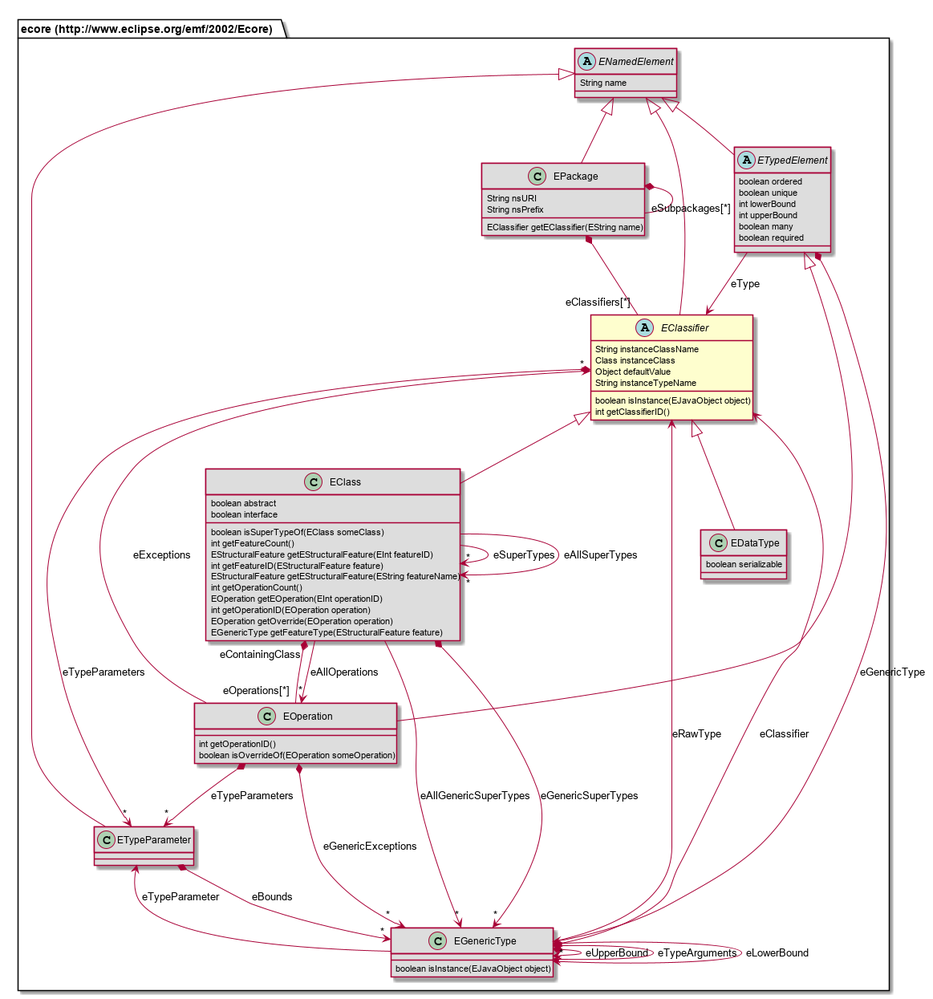
Above: repository/src/site/resources/model-doc/687474703a2f2f7777772e65636c697073652e6f72672f656d662f323030322f45636f7265/EClassifier.png in Nasdanika/html (PlantUML), before the change.
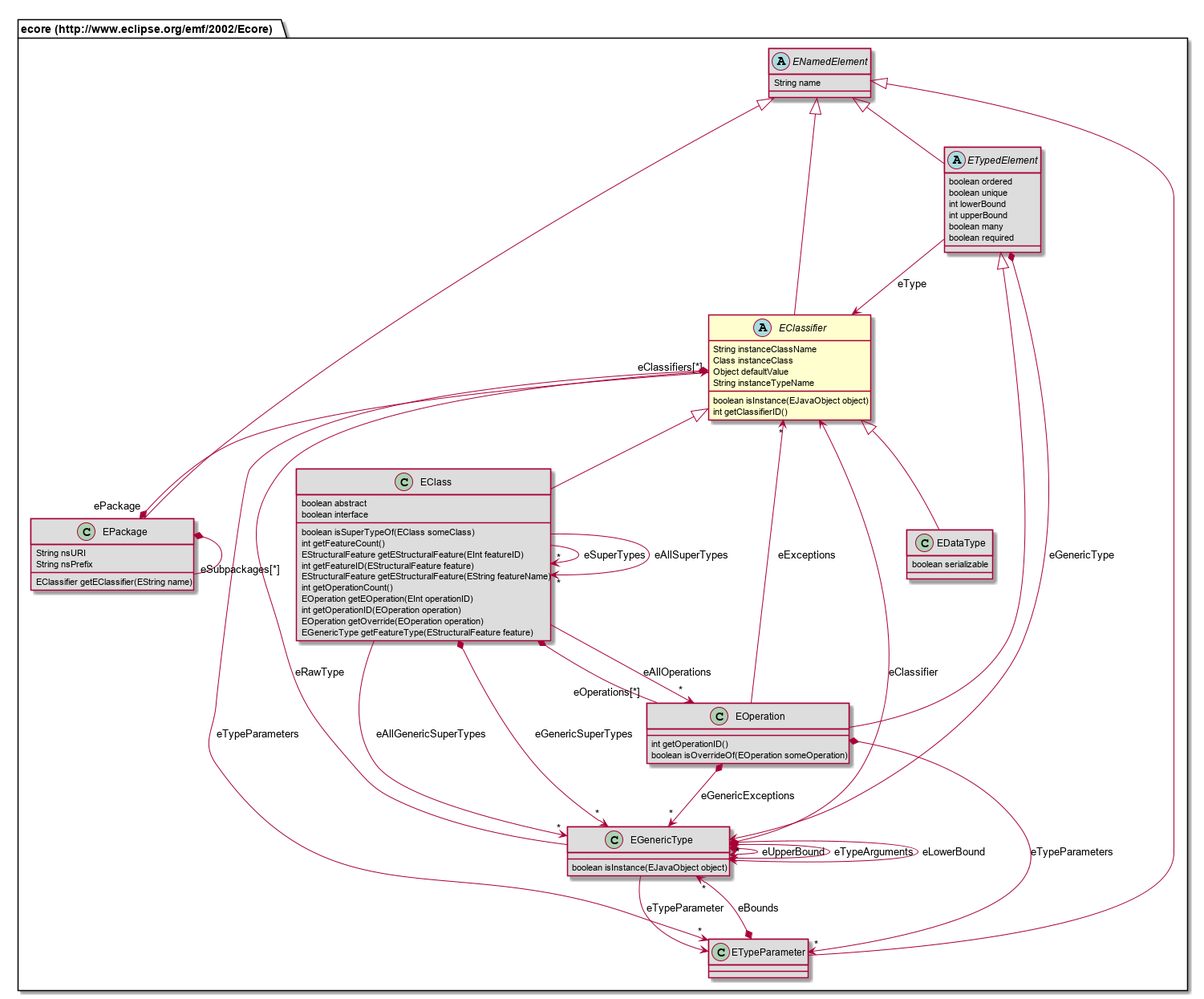
Above is the later version.

Change to the diagram source:
```diff
@@ -7,9 +7,11 @@
 	boolean isInstance(EJavaObject object)
 	int getClassifierID()
 }
-class "ecore (http://www.eclipse.org/emf/2002/Ecore).EOperation" [[#router/doc-content/687474703a2f2f7777772e65636c697073652e6f72672f656d662f323030322f45636f7265/EOperation.html]] #DDDDDD {
-	int getOperationID()
-	boolean isOverrideOf(EOperation someOperation)
+abstract class "ecore (http://www.eclipse.org/emf/2002/Ecore).ENamedElement" [[#router/doc-content/687474703a2f2f7777772e65636c697073652e6f72672f656d662f323030322f45636f7265/ENamedElement.html]] #DDDDDD {
+	String name
+}
+class "ecore (http://www.eclipse.org/emf/2002/Ecore).EGenericType" [[#router/doc-content/687474703a2f2f7777772e65636c697073652e6f72672f656d662f323030322f45636f7265/EGenericType.html]] #DDDDDD {
+	boolean isInstance(EJavaObject object)
 }
 abstract class "ecore (http://www.eclipse.org/emf/2002/Ecore).ETypedElement" [[#router/doc-content/687474703a2f2f7777772e65636c697073652e6f72672f656d662f323030322f45636f7265/ETypedElement.html]] #DDDDDD {
 	boolean ordered
@@ -18,11 +20,6 @@
 	int upperBound
 	boolean many
 	boolean required
-}
-class "ecore (http://www.eclipse.org/emf/2002/Ecore).EPackage" [[#router/doc-content/687474703a2f2f7777772e65636c697073652e6f72672f656d662f323030322f45636f7265/EPackage.html]] #DDDDDD {
-	String nsURI
-	String nsPrefix
-	EClassifier getEClassifier(EString name)
 }
 class "ecore (http://www.eclipse.org/emf/2002/Ecore).EClass" [[#router/doc-content/687474703a2f2f7777772e65636c697073652e6f72672f656d662f323030322f45636f7265/EClass.html]] #DDDDDD {
 	boolean abstract
@@ -38,43 +35,46 @@
 	EOperation getOverride(EOperation operation)
 	EGenericType getFeatureType(EStructuralFeature feature)
 }
-abstract class "ecore (http://www.eclipse.org/emf/2002/Ecore).ENamedElement" [[#router/doc-content/687474703a2f2f7777772e65636c697073652e6f72672f656d662f323030322f45636f7265/ENamedElement.html]] #DDDDDD {
-	String name
-}
 class "ecore (http://www.eclipse.org/emf/2002/Ecore).EDataType" [[#router/doc-content/687474703a2f2f7777772e65636c697073652e6f72672f656d662f323030322f45636f7265/EDataType.html]] #DDDDDD {
 	boolean serializable
 }
-class "ecore (http://www.eclipse.org/emf/2002/Ecore).EGenericType" [[#router/doc-content/687474703a2f2f7777772e65636c697073652e6f72672f656d662f323030322f45636f7265/EGenericType.html]] #DDDDDD {
-	boolean isInstance(EJavaObject object)
+class "ecore (http://www.eclipse.org/emf/2002/Ecore).EOperation" [[#router/doc-content/687474703a2f2f7777772e65636c697073652e6f72672f656d662f323030322f45636f7265/EOperation.html]] #DDDDDD {
+	int getOperationID()
+	boolean isOverrideOf(EOperation someOperation)
 }
 class "ecore (http://www.eclipse.org/emf/2002/Ecore).ETypeParameter" [[#router/doc-content/687474703a2f2f7777772e65636c697073652e6f72672f656d662f323030322f45636f7265/ETypeParameter.html]] #DDDDDD {
 }
-"ecore (http://www.eclipse.org/emf/2002/Ecore).ETypedElement" <|-- "ecore (http://www.eclipse.org/emf/2002/Ecore).EOperation"
+class "ecore (http://www.eclipse.org/emf/2002/Ecore).EPackage" [[#router/doc-content/687474703a2f2f7777772e65636c697073652e6f72672f656d662f323030322f45636f7265/EPackage.html]] #DDDDDD {
+	String nsURI
+	String nsPrefix
+	EClassifier getEClassifier(EString name)
+}
+"ecore (http://www.eclipse.org/emf/2002/Ecore).ENamedElement" <|-- "ecore (http://www.eclipse.org/emf/2002/Ecore).EClassifier"
 "ecore (http://www.eclipse.org/emf/2002/Ecore).ENamedElement" <|-- "ecore (http://www.eclipse.org/emf/2002/Ecore).ETypedElement"
-"ecore (http://www.eclipse.org/emf/2002/Ecore).ENamedElement" <|-- "ecore (http://www.eclipse.org/emf/2002/Ecore).EPackage"
 "ecore (http://www.eclipse.org/emf/2002/Ecore).EClassifier" <|-- "ecore (http://www.eclipse.org/emf/2002/Ecore).EClass"
 "ecore (http://www.eclipse.org/emf/2002/Ecore).EClassifier" <|-- "ecore (http://www.eclipse.org/emf/2002/Ecore).EDataType"
-"ecore (http://www.eclipse.org/emf/2002/Ecore).ENamedElement" <|-- "ecore (http://www.eclipse.org/emf/2002/Ecore).EClassifier"
+"ecore (http://www.eclipse.org/emf/2002/Ecore).ETypedElement" <|-- "ecore (http://www.eclipse.org/emf/2002/Ecore).EOperation"
 "ecore (http://www.eclipse.org/emf/2002/Ecore).ENamedElement" <|-- "ecore (http://www.eclipse.org/emf/2002/Ecore).ETypeParameter"
-"ecore (http://www.eclipse.org/emf/2002/Ecore).EOperation" "eOperations[*]" --* "eContainingClass" "ecore (http://www.eclipse.org/emf/2002/Ecore).EClass"
-"ecore (http://www.eclipse.org/emf/2002/Ecore).EOperation" *--> "*" "ecore (http://www.eclipse.org/emf/2002/Ecore).ETypeParameter" : eTypeParameters
-"ecore (http://www.eclipse.org/emf/2002/Ecore).EOperation" --> "*" "ecore (http://www.eclipse.org/emf/2002/Ecore).EClassifier" : eExceptions
-"ecore (http://www.eclipse.org/emf/2002/Ecore).EOperation" *--> "*" "ecore (http://www.eclipse.org/emf/2002/Ecore).EGenericType" : eGenericExceptions
-"ecore (http://www.eclipse.org/emf/2002/Ecore).ETypedElement" --> "ecore (http://www.eclipse.org/emf/2002/Ecore).EClassifier" : eType
-"ecore (http://www.eclipse.org/emf/2002/Ecore).ETypedElement" *--> "ecore (http://www.eclipse.org/emf/2002/Ecore).EGenericType" : eGenericType
-"ecore (http://www.eclipse.org/emf/2002/Ecore).EPackage" *-- "eClassifiers[*]" "ecore (http://www.eclipse.org/emf/2002/Ecore).EClassifier"
-"ecore (http://www.eclipse.org/emf/2002/Ecore).EPackage" *-- "eSubpackages[*]" "ecore (http://www.eclipse.org/emf/2002/Ecore).EPackage"
-"ecore (http://www.eclipse.org/emf/2002/Ecore).EClass" --> "*" "ecore (http://www.eclipse.org/emf/2002/Ecore).EClass" : eSuperTypes
-"ecore (http://www.eclipse.org/emf/2002/Ecore).EClass" --> "*" "ecore (http://www.eclipse.org/emf/2002/Ecore).EOperation" : eAllOperations
-"ecore (http://www.eclipse.org/emf/2002/Ecore).EClass" --> "*" "ecore (http://www.eclipse.org/emf/2002/Ecore).EClass" : eAllSuperTypes
-"ecore (http://www.eclipse.org/emf/2002/Ecore).EClass" *--> "*" "ecore (http://www.eclipse.org/emf/2002/Ecore).EGenericType" : eGenericSuperTypes
-"ecore (http://www.eclipse.org/emf/2002/Ecore).EClass" --> "*" "ecore (http://www.eclipse.org/emf/2002/Ecore).EGenericType" : eAllGenericSuperTypes
+"ecore (http://www.eclipse.org/emf/2002/Ecore).ENamedElement" <|-- "ecore (http://www.eclipse.org/emf/2002/Ecore).EPackage"
 "ecore (http://www.eclipse.org/emf/2002/Ecore).EGenericType" *--> "ecore (http://www.eclipse.org/emf/2002/Ecore).EGenericType" : eUpperBound
 "ecore (http://www.eclipse.org/emf/2002/Ecore).EGenericType" *--> "*" "ecore (http://www.eclipse.org/emf/2002/Ecore).EGenericType" : eTypeArguments
 "ecore (http://www.eclipse.org/emf/2002/Ecore).EGenericType" --> "ecore (http://www.eclipse.org/emf/2002/Ecore).EClassifier" : eRawType
 "ecore (http://www.eclipse.org/emf/2002/Ecore).EGenericType" *--> "ecore (http://www.eclipse.org/emf/2002/Ecore).EGenericType" : eLowerBound
 "ecore (http://www.eclipse.org/emf/2002/Ecore).EGenericType" --> "ecore (http://www.eclipse.org/emf/2002/Ecore).ETypeParameter" : eTypeParameter
 "ecore (http://www.eclipse.org/emf/2002/Ecore).EGenericType" --> "ecore (http://www.eclipse.org/emf/2002/Ecore).EClassifier" : eClassifier
+"ecore (http://www.eclipse.org/emf/2002/Ecore).EClassifier" "eClassifiers[*]" --* "ePackage" "ecore (http://www.eclipse.org/emf/2002/Ecore).EPackage"
 "ecore (http://www.eclipse.org/emf/2002/Ecore).EClassifier" *--> "*" "ecore (http://www.eclipse.org/emf/2002/Ecore).ETypeParameter" : eTypeParameters
+"ecore (http://www.eclipse.org/emf/2002/Ecore).ETypedElement" --> "ecore (http://www.eclipse.org/emf/2002/Ecore).EClassifier" : eType
+"ecore (http://www.eclipse.org/emf/2002/Ecore).ETypedElement" *--> "ecore (http://www.eclipse.org/emf/2002/Ecore).EGenericType" : eGenericType
+"ecore (http://www.eclipse.org/emf/2002/Ecore).EClass" --> "*" "ecore (http://www.eclipse.org/emf/2002/Ecore).EClass" : eSuperTypes
+"ecore (http://www.eclipse.org/emf/2002/Ecore).EClass" *-- "eOperations[*]" "ecore (http://www.eclipse.org/emf/2002/Ecore).EOperation"
+"ecore (http://www.eclipse.org/emf/2002/Ecore).EClass" --> "*" "ecore (http://www.eclipse.org/emf/2002/Ecore).EOperation" : eAllOperations
+"ecore (http://www.eclipse.org/emf/2002/Ecore).EClass" --> "*" "ecore (http://www.eclipse.org/emf/2002/Ecore).EClass" : eAllSuperTypes
+"ecore (http://www.eclipse.org/emf/2002/Ecore).EClass" *--> "*" "ecore (http://www.eclipse.org/emf/2002/Ecore).EGenericType" : eGenericSuperTypes
+"ecore (http://www.eclipse.org/emf/2002/Ecore).EClass" --> "*" "ecore (http://www.eclipse.org/emf/2002/Ecore).EGenericType" : eAllGenericSuperTypes
+"ecore (http://www.eclipse.org/emf/2002/Ecore).EOperation" *--> "*" "ecore (http://www.eclipse.org/emf/2002/Ecore).ETypeParameter" : eTypeParameters
+"ecore (http://www.eclipse.org/emf/2002/Ecore).EOperation" --> "*" "ecore (http://www.eclipse.org/emf/2002/Ecore).EClassifier" : eExceptions
+"ecore (http://www.eclipse.org/emf/2002/Ecore).EOperation" *--> "*" "ecore (http://www.eclipse.org/emf/2002/Ecore).EGenericType" : eGenericExceptions
 "ecore (http://www.eclipse.org/emf/2002/Ecore).ETypeParameter" *--> "*" "ecore (http://www.eclipse.org/emf/2002/Ecore).EGenericType" : eBounds
+"ecore (http://www.eclipse.org/emf/2002/Ecore).EPackage" *-- "eSubpackages[*]" "ecore (http://www.eclipse.org/emf/2002/Ecore).EPackage"
 @enduml
```
